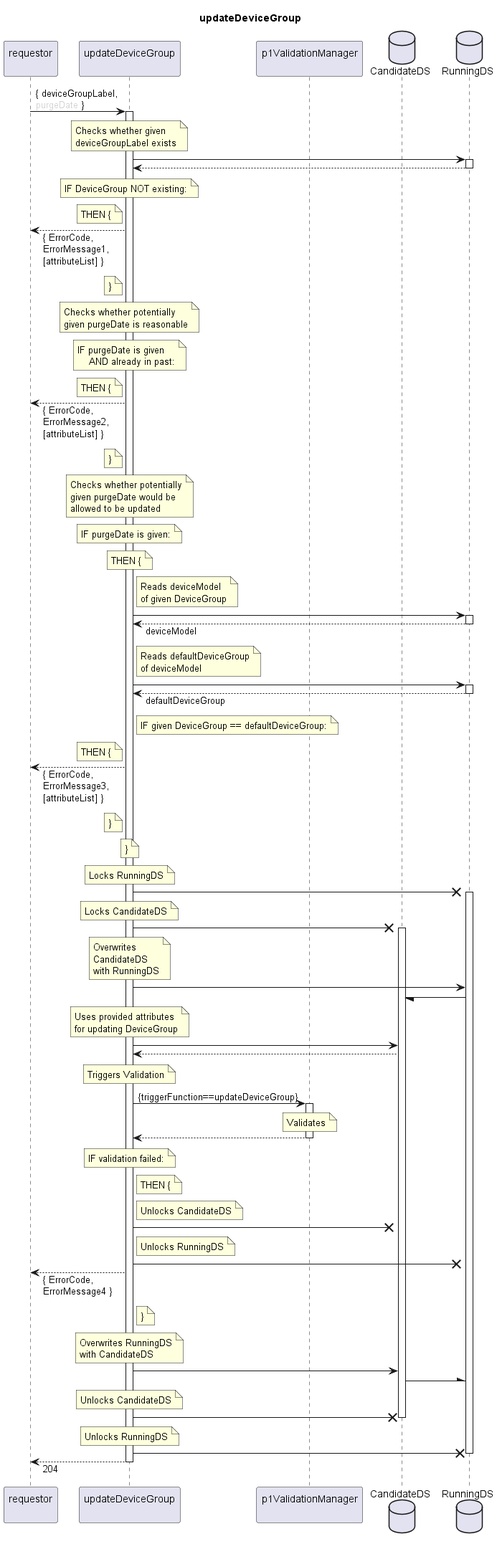
openBackhaul/FirmWareManager keeps this PlantUML diagram as spec/Services/updateDeviceGroup/1.0.0/updateDeviceGroup.png. Above is the earlier version.
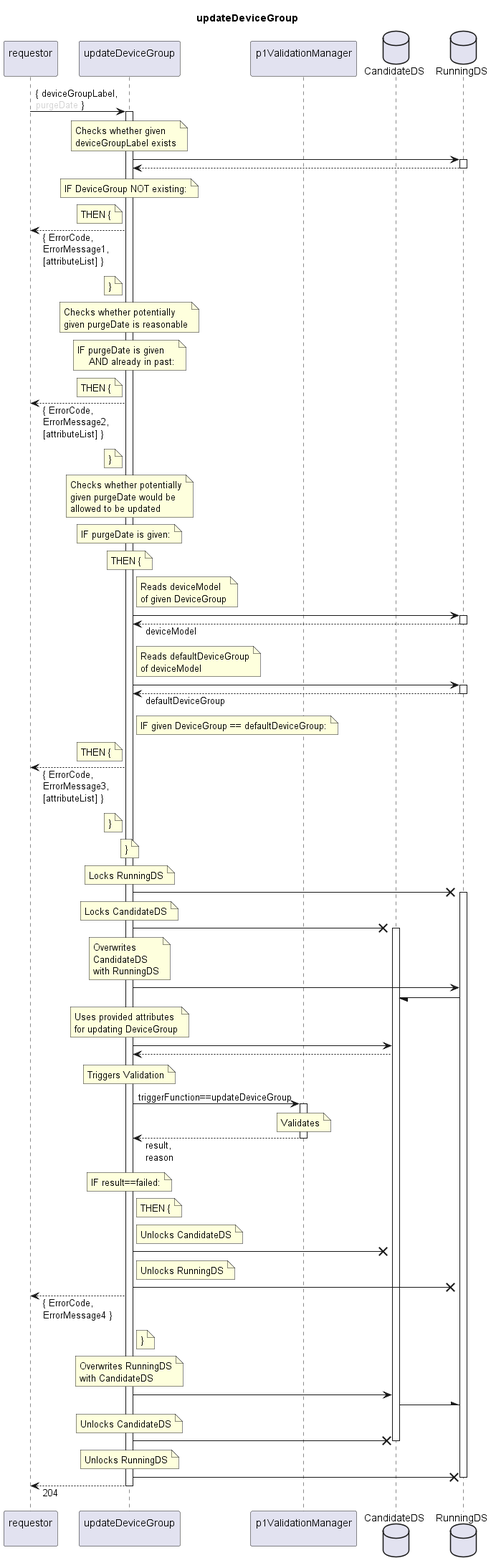
The same diagram one commit later.

What changed in the source:
```diff
@@ -118,15 +118,15 @@
   note over indServ
     Triggers Validation
   end note
-  indServ -> valiMan: {triggerFunction==updateDeviceGroup}
+  indServ -> valiMan: triggerFunction==updateDeviceGroup
   activate valiMan
     note over valiMan
       Validates
     end note
-  indServ <-- valiMan
+  indServ <-- valiMan: result,\nreason
   deactivate valiMan
   note over indServ
-    IF validation failed:
+    IF result==failed:
   end note
   note right indServ
     THEN {
```
